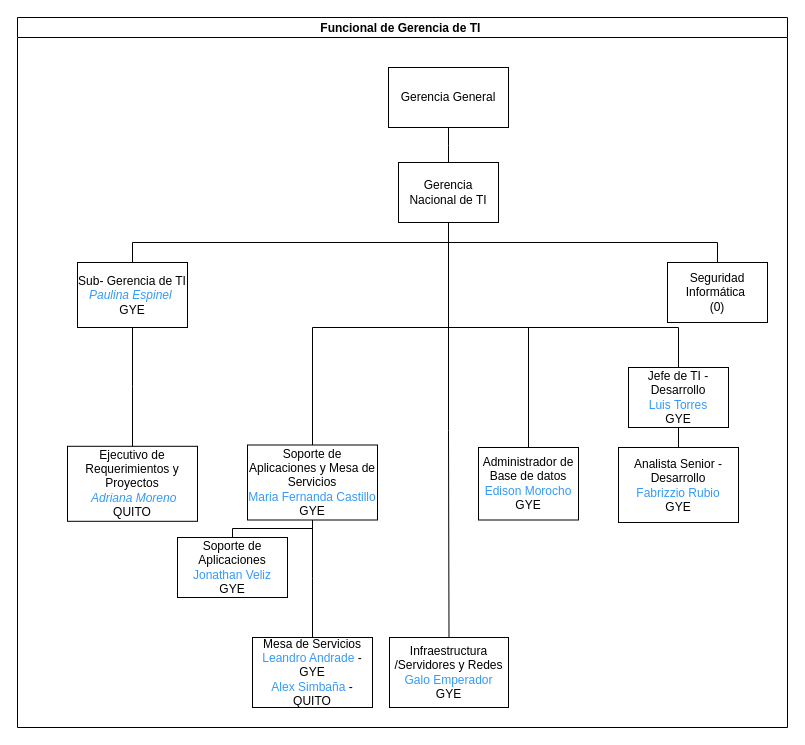
Above: page "Copy of Page-1" (2 of 2) of Untitled Diagram.drawio in pespinel01/preworkMAC (draw.io), before the change. Source tidied: cells renumbered, new cells numbered last; positions are measured from the earlier drawing's top-left corner, leaving out a move shared by most shapes. Both pictures are drawn from the tidied source at 100%, with x=0, y=0 at pixel (17, 17).
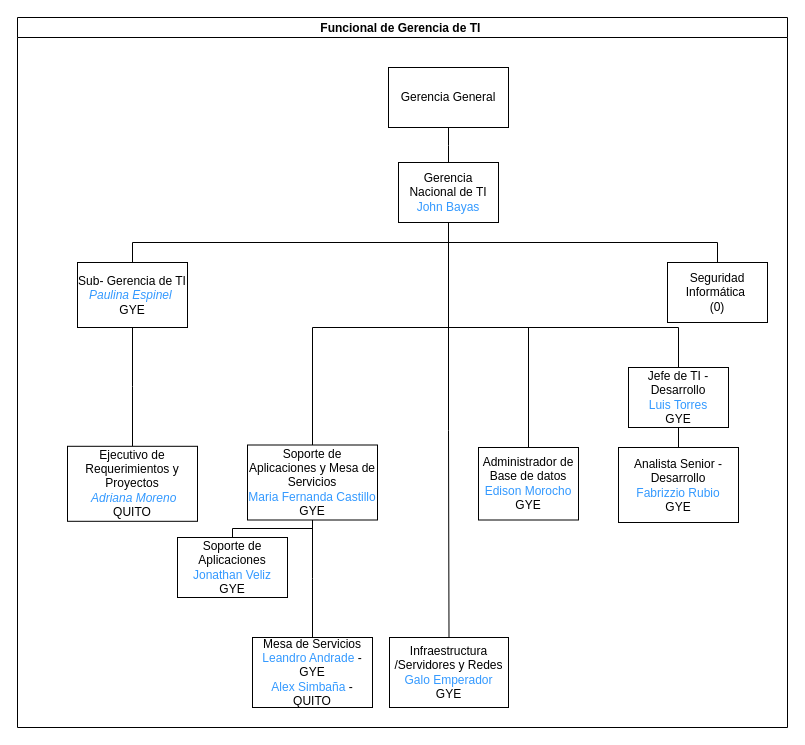
Above is the later version.

Commit message:
Con nombre GTI JohnBayas

Unchanged cells that the change refers to:
```xml
<mxCell id="2" value="Funcional de Gerencia de TI " style="swimlane;startSize=20;horizontal=1;containerType=tree;newEdgeStyle={&quot;edgeStyle&quot;:&quot;elbowEdgeStyle&quot;,&quot;startArrow&quot;:&quot;none&quot;,&quot;endArrow&quot;:&quot;none&quot;};" parent="1" vertex="1">
  <mxGeometry width="770" height="710" as="geometry" />
</mxCell>
```

The edit, as a diff of the source:
```diff
@@
-    <mxCell id="5" value="Gerencia Nacional de TI" style="whiteSpace=wrap;html=1;align=center;verticalAlign=middle;newEdgeStyle={&quot;edgeStyle&quot;:&quot;elbowEdgeStyle&quot;,&quot;startArrow&quot;:&quot;none&quot;,&quot;endArrow&quot;:&quot;none&quot;};" parent="2" vertex="1">
+    <mxCell id="5" value="Gerencia Nacional de TI&lt;br&gt;&lt;font color=&quot;#3399ff&quot;&gt;John Bayas&lt;/font&gt;" style="whiteSpace=wrap;html=1;align=center;verticalAlign=middle;newEdgeStyle={&quot;edgeStyle&quot;:&quot;elbowEdgeStyle&quot;,&quot;startArrow&quot;:&quot;none&quot;,&quot;endArrow&quot;:&quot;none&quot;};" parent="2" vertex="1">
       <mxGeometry x="381" y="145" width="100" height="60" as="geometry" />
     </mxCell>
```
